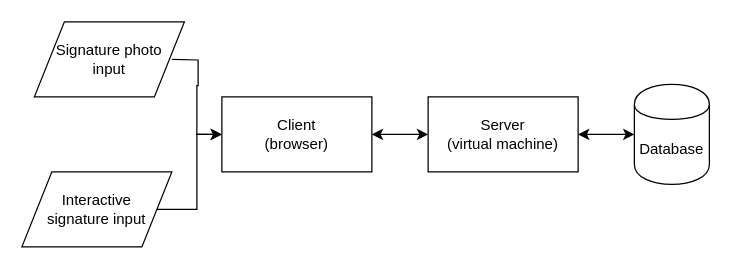
Before: system_structure_diploma.drawio in Pavlo-Olshansky/Python, a draw.io diagram. Source tidied: cells renumbered, new cells numbered last; positions are measured from the earlier drawing's top-left corner, leaving out a move shared by most shapes. Both pictures are drawn from the tidied source at 125%, with x=0, y=0 at pixel (21, 21).
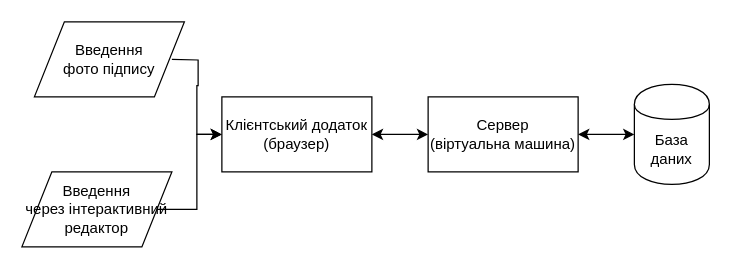
After the change.

Change to the diagram source:
```diff
@@
 <mxGraphModel>
   <root>
     <mxCell id="0" />
     <mxCell id="1" parent="0" />
-    <mxCell id="2" value="Database" style="shape=cylinder;whiteSpace=wrap;html=1;boundedLbl=1;backgroundOutline=1;" parent="1" vertex="1">
+    <mxCell id="2" value="База даних" style="shape=cylinder;whiteSpace=wrap;html=1;boundedLbl=1;backgroundOutline=1;" parent="1" vertex="1">
       <mxGeometry x="490" y="50" width="60" height="80" as="geometry" />
     </mxCell>
-    <mxCell id="3" value="Server&lt;br&gt;(virtual machine)" style="rounded=0;whiteSpace=wrap;html=1;" parent="1" vertex="1">
+    <mxCell id="3" value="Сервер&lt;br&gt;(віртуальна машина)" style="rounded=0;whiteSpace=wrap;html=1;" parent="1" vertex="1">
       <mxGeometry x="325" y="60" width="120" height="60" as="geometry" />
     </mxCell>
-    <mxCell id="4" value="Client&lt;br&gt;(browser)" style="rounded=0;whiteSpace=wrap;html=1;" parent="1" vertex="1">
+    <mxCell id="4" value="Клієнтський додаток&lt;br&gt;(браузер)" style="rounded=0;whiteSpace=wrap;html=1;" parent="1" vertex="1">
       <mxGeometry x="160" y="60" width="120" height="60" as="geometry" />
     </mxCell>
     <mxCell id="5" style="edgeStyle=orthogonalEdgeStyle;rounded=0;jettySize=auto;html=1;entryX=0;entryY=0.5;entryDx=0;entryDy=0;exitX=1;exitY=0.5;exitDx=0;exitDy=0;" parent="1" edge="1" source="10" target="4">
       <mxGeometry relative="1" as="geometry" />
     </mxCell>
     <mxCell id="6" style="edgeStyle=orthogonalEdgeStyle;rounded=0;jettySize=auto;html=1;entryX=0;entryY=0.5;entryDx=0;entryDy=0;" parent="1" edge="1" target="4">
       <mxGeometry relative="1" as="geometry">
         <mxPoint x="120" y="30" as="sourcePoint" />
       </mxGeometry>
     </mxCell>
     <mxCell id="7" style="endArrow=classic;startArrow=classic;html=1;entryX=0;entryY=0.5;entryDx=0;entryDy=0;exitX=1;exitY=0.5;exitDx=0;exitDy=0;" parent="1" edge="1" source="3" target="2">
       <mxGeometry relative="1" as="geometry" />
     </mxCell>
     <mxCell id="8" style="endArrow=classic;startArrow=classic;html=1;exitX=1;exitY=0.5;exitDx=0;exitDy=0;entryX=0;entryY=0.5;entryDx=0;entryDy=0;" parent="1" edge="1" target="3">
       <mxGeometry relative="1" as="geometry">
         <mxPoint x="280" y="90" as="sourcePoint" />
       </mxGeometry>
     </mxCell>
-    <mxCell id="9" value="&lt;span style=&quot;white-space: normal&quot;&gt;Signature photo&lt;br&gt;input&lt;/span&gt;" style="shape=parallelogram;perimeter=parallelogramPerimeter;whiteSpace=wrap;html=1;" parent="1" vertex="1">
+    <mxCell id="9" value="&lt;span style=&quot;white-space: normal&quot;&gt;Введення&lt;br&gt;фото підпису&lt;/span&gt;" style="shape=parallelogram;perimeter=parallelogramPerimeter;whiteSpace=wrap;html=1;" parent="1" vertex="1">
       <mxGeometry x="10" width="120" height="60" as="geometry" />
     </mxCell>
-    <mxCell id="10" value="Interactive&lt;br&gt;signature input&lt;span style=&quot;white-space: normal&quot;&gt;&lt;br&gt;&lt;/span&gt;" style="shape=parallelogram;perimeter=parallelogramPerimeter;whiteSpace=wrap;html=1;" parent="1" vertex="1">
+    <mxCell id="10" value="Введення&lt;br&gt;через інтерактивний редактор&lt;span style=&quot;white-space: normal&quot;&gt;&lt;br&gt;&lt;/span&gt;" style="shape=parallelogram;perimeter=parallelogramPerimeter;whiteSpace=wrap;html=1;" parent="1" vertex="1">
       <mxGeometry y="120" width="120" height="60" as="geometry" />
     </mxCell>
   </root>
 </mxGraphModel>
```
